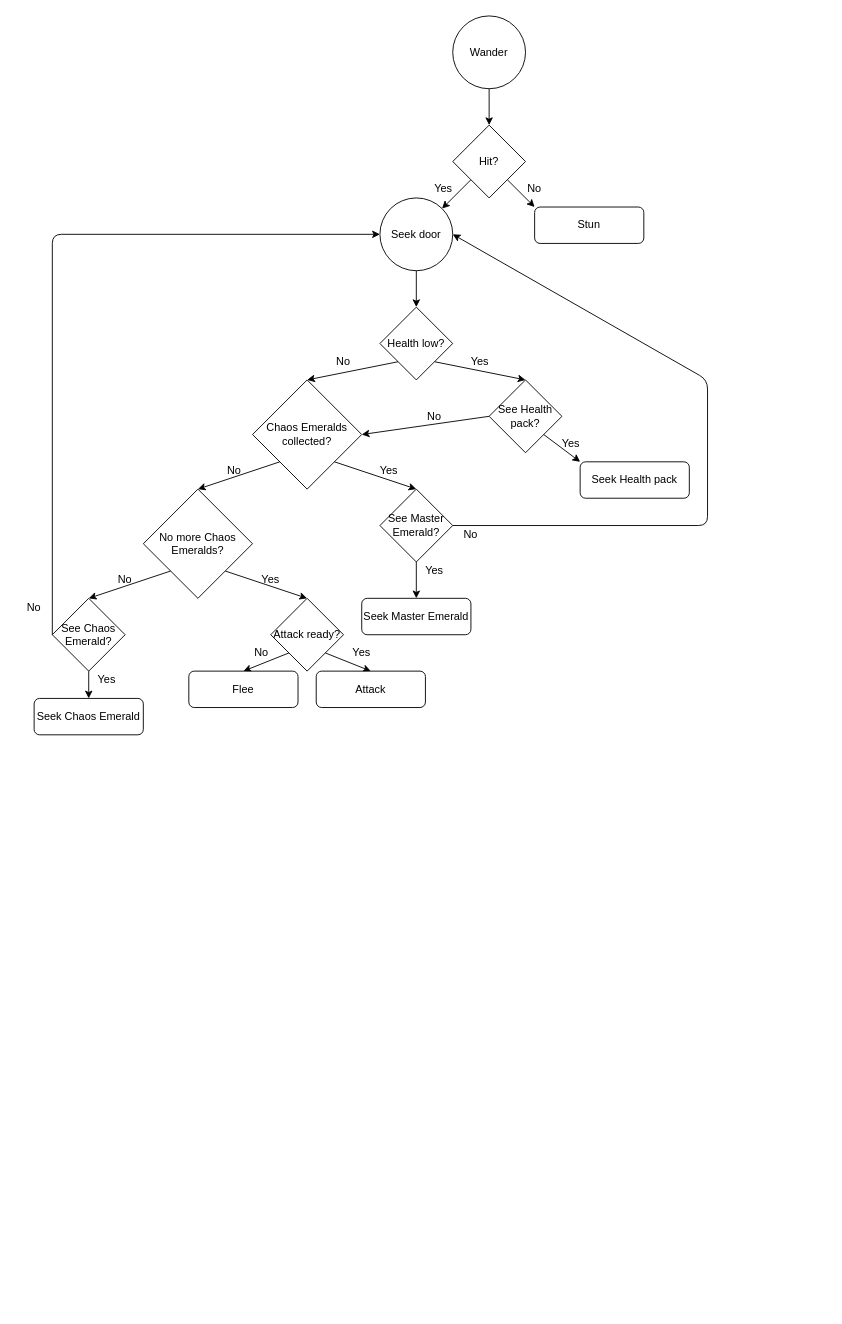
This is page "Wander" (1 of 7) of Documentation/Logan Ryan - AI Behaviours.drawio from loganryan01/AIEGameAIAssignment, a draw.io file, before an edit. Source tidied: cells renumbered, new cells numbered last; positions are measured from the earlier drawing's top-left corner, leaving out a move shared by most shapes. Both pictures are drawn from the tidied source at 91%, with x=0, y=0 at pixel (15, 15).
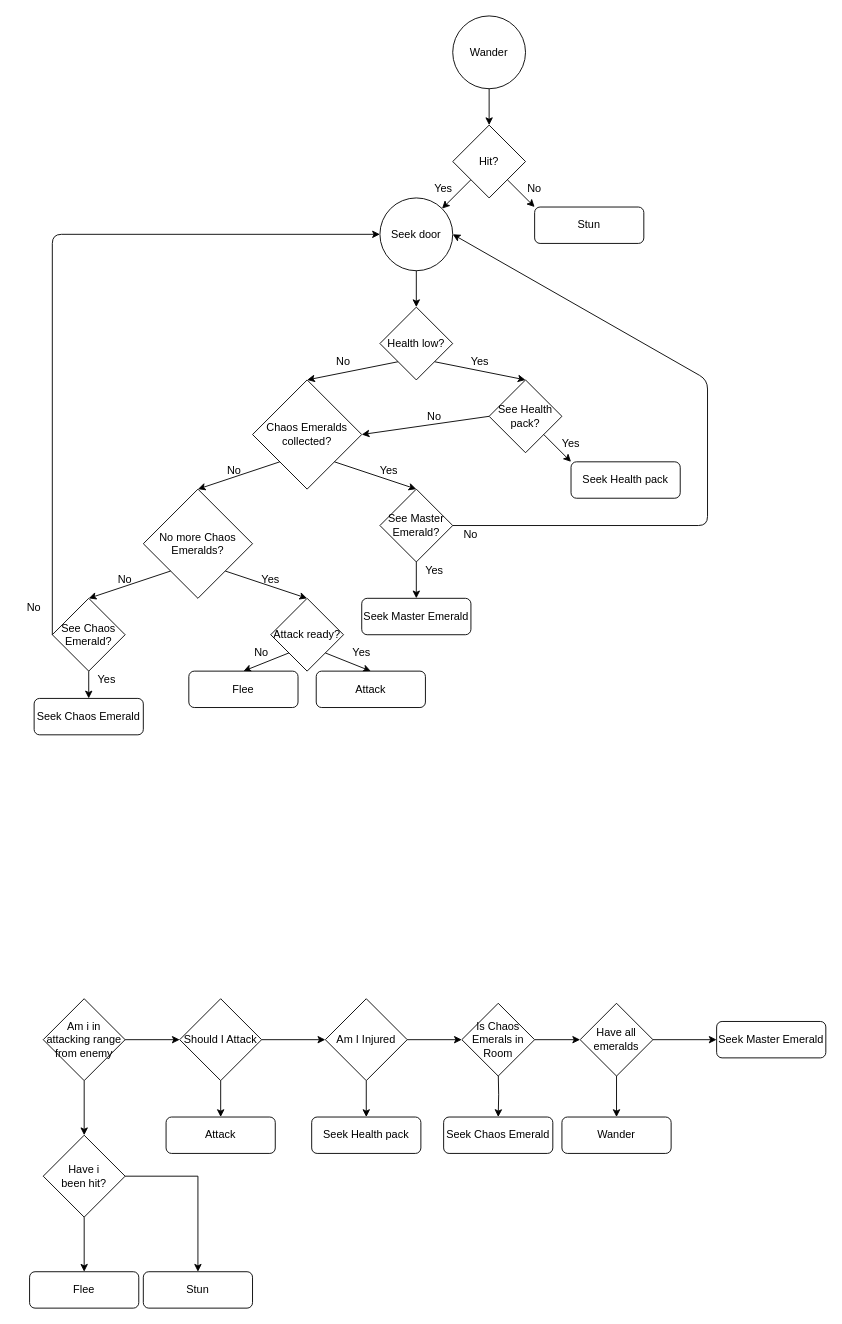
Above is the later version.

The edit, as a diff of the source:
```diff
@@
     <mxCell id="16" value="Seek Health pack" style="rounded=1;whiteSpace=wrap;html=1;" parent="1" vertex="1">
-      <mxGeometry x="620" y="490" width="120" height="40" as="geometry" />
+      <mxGeometry x="610" y="490" width="120" height="40" as="geometry" />
     </mxCell>
@@
+    <mxCell id="53" value="Stun" style="rounded=1;whiteSpace=wrap;html=1;" parent="1" vertex="1">
+      <mxGeometry x="140" y="1380" width="120" height="40" as="geometry" />
+    </mxCell>
+    <mxCell id="54" value="Flee" style="rounded=1;whiteSpace=wrap;html=1;" parent="1" vertex="1">
+      <mxGeometry x="15" y="1380" width="120" height="40" as="geometry" />
+    </mxCell>
+    <mxCell id="55" value="Attack" style="rounded=1;whiteSpace=wrap;html=1;" parent="1" vertex="1">
+      <mxGeometry x="165" y="1210" width="120" height="40" as="geometry" />
+    </mxCell>
+    <mxCell id="56" value="Seek Health pack" style="rounded=1;whiteSpace=wrap;html=1;" parent="1" vertex="1">
+      <mxGeometry x="325" y="1210" width="120" height="40" as="geometry" />
+    </mxCell>
+    <mxCell id="57" value="Seek Chaos Emerald" style="rounded=1;whiteSpace=wrap;html=1;" parent="1" vertex="1">
+      <mxGeometry x="470" y="1210" width="120" height="40" as="geometry" />
+    </mxCell>
+    <mxCell id="58" value="Wander" style="rounded=1;whiteSpace=wrap;html=1;" parent="1" vertex="1">
+      <mxGeometry x="600" y="1210" width="120" height="40" as="geometry" />
+    </mxCell>
+    <mxCell id="59" style="edgeStyle=orthogonalEdgeStyle;rounded=0;jettySize=auto;html=1;exitX=0.5;exitY=1;exitDx=0;exitDy=0;entryX=0.5;entryY=0;entryDx=0;entryDy=0;" parent="1" edge="1" source="61" target="64">
+      <mxGeometry relative="1" as="geometry" />
+    </mxCell>
+    <mxCell id="60" style="edgeStyle=orthogonalEdgeStyle;rounded=0;jettySize=auto;html=1;exitX=1;exitY=0.5;exitDx=0;exitDy=0;entryX=0;entryY=0.5;entryDx=0;entryDy=0;" parent="1" edge="1" source="61" target="67">
+      <mxGeometry relative="1" as="geometry" />
+    </mxCell>
+    <mxCell id="61" value="Am i in attacking range from enemy" style="rhombus;whiteSpace=wrap;html=1;" parent="1" vertex="1">
+      <mxGeometry x="30" y="1080" width="90" height="90" as="geometry" />
+    </mxCell>
+    <mxCell id="62" style="edgeStyle=orthogonalEdgeStyle;rounded=0;jettySize=auto;html=1;exitX=1;exitY=0.5;exitDx=0;exitDy=0;entryX=0.5;entryY=0;entryDx=0;entryDy=0;" parent="1" edge="1" source="64" target="53">
+      <mxGeometry relative="1" as="geometry">
+        <Array as="points">
+          <mxPoint x="200" y="1275" />
+        </Array>
+      </mxGeometry>
+    </mxCell>
+    <mxCell id="63" style="edgeStyle=orthogonalEdgeStyle;rounded=0;jettySize=auto;html=1;exitX=0.5;exitY=1;exitDx=0;exitDy=0;" parent="1" edge="1" source="64" target="54">
+      <mxGeometry relative="1" as="geometry" />
+    </mxCell>
+    <mxCell id="64" value="Have i &lt;br&gt;been hit?" style="rhombus;whiteSpace=wrap;html=1;" parent="1" vertex="1">
+      <mxGeometry x="30" y="1230" width="90" height="90" as="geometry" />
+    </mxCell>
+    <mxCell id="65" style="edgeStyle=orthogonalEdgeStyle;rounded=0;jettySize=auto;html=1;exitX=0.5;exitY=1;exitDx=0;exitDy=0;entryX=0.5;entryY=0;entryDx=0;entryDy=0;" parent="1" edge="1" source="67" target="55">
+      <mxGeometry relative="1" as="geometry" />
+    </mxCell>
+    <mxCell id="66" style="edgeStyle=orthogonalEdgeStyle;rounded=0;jettySize=auto;html=1;exitX=1;exitY=0.5;exitDx=0;exitDy=0;entryX=0;entryY=0.5;entryDx=0;entryDy=0;" parent="1" edge="1" source="67" target="70">
+      <mxGeometry relative="1" as="geometry" />
+    </mxCell>
+    <mxCell id="67" value="Should I Attack" style="rhombus;whiteSpace=wrap;html=1;" parent="1" vertex="1">
+      <mxGeometry x="180" y="1080" width="90" height="90" as="geometry" />
+    </mxCell>
+    <mxCell id="68" style="edgeStyle=orthogonalEdgeStyle;rounded=0;jettySize=auto;html=1;exitX=0.5;exitY=1;exitDx=0;exitDy=0;entryX=0.5;entryY=0;entryDx=0;entryDy=0;" parent="1" edge="1" source="70" target="56">
+      <mxGeometry relative="1" as="geometry" />
+    </mxCell>
+    <mxCell id="69" style="edgeStyle=orthogonalEdgeStyle;rounded=0;jettySize=auto;html=1;exitX=1;exitY=0.5;exitDx=0;exitDy=0;entryX=0;entryY=0.5;entryDx=0;entryDy=0;" parent="1" edge="1" source="70" target="74">
+      <mxGeometry relative="1" as="geometry" />
+    </mxCell>
+    <mxCell id="70" value="Am I Injured" style="rhombus;whiteSpace=wrap;html=1;" parent="1" vertex="1">
+      <mxGeometry x="340" y="1080" width="90" height="90" as="geometry" />
+    </mxCell>
+    <mxCell id="71" value="Seek Master Emerald" style="rounded=1;whiteSpace=wrap;html=1;" parent="1" vertex="1">
+      <mxGeometry x="770" y="1105" width="120" height="40" as="geometry" />
+    </mxCell>
+    <mxCell id="72" style="edgeStyle=orthogonalEdgeStyle;rounded=0;jettySize=auto;html=1;entryX=0.5;entryY=0;entryDx=0;entryDy=0;" parent="1" edge="1" target="57">
+      <mxGeometry relative="1" as="geometry">
+        <mxPoint x="530" y="1160" as="sourcePoint" />
+      </mxGeometry>
+    </mxCell>
+    <mxCell id="73" style="edgeStyle=orthogonalEdgeStyle;rounded=0;jettySize=auto;html=1;exitX=1;exitY=0.5;exitDx=0;exitDy=0;entryX=0;entryY=0.5;entryDx=0;entryDy=0;" parent="1" edge="1" source="74" target="77">
+      <mxGeometry relative="1" as="geometry" />
+    </mxCell>
+    <mxCell id="74" value="Is Chaos Emerals in Room" style="rhombus;whiteSpace=wrap;html=1;" parent="1" vertex="1">
+      <mxGeometry x="490" y="1085" width="80" height="80" as="geometry" />
+    </mxCell>
+    <mxCell id="75" style="edgeStyle=orthogonalEdgeStyle;rounded=0;jettySize=auto;html=1;exitX=0.5;exitY=1;exitDx=0;exitDy=0;entryX=0.5;entryY=0;entryDx=0;entryDy=0;" parent="1" edge="1" source="77" target="58">
+      <mxGeometry relative="1" as="geometry" />
+    </mxCell>
+    <mxCell id="76" style="edgeStyle=orthogonalEdgeStyle;rounded=0;jettySize=auto;html=1;exitX=1;exitY=0.5;exitDx=0;exitDy=0;entryX=0;entryY=0.5;entryDx=0;entryDy=0;" parent="1" edge="1" source="77" target="71">
+      <mxGeometry relative="1" as="geometry" />
+    </mxCell>
+    <mxCell id="77" value="Have all emeralds" style="rhombus;whiteSpace=wrap;html=1;" parent="1" vertex="1">
+      <mxGeometry x="620" y="1085" width="80" height="80" as="geometry" />
+    </mxCell>
```
